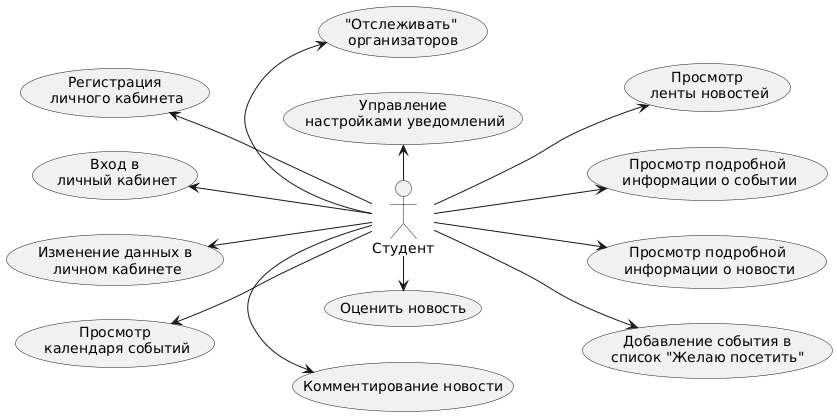
Before: diagrams/usecase_Student.png, a diagram exported from PlantUML (eatdetey/kubsuEVENTS). Its diagram source:
```plantuml
@startuml
actor "Студент" as stu
usecase "Регистрация\n личного кабинета" as reg
usecase "Вход в\n личный кабинет" as log
usecase "Изменение данных в\n личном кабинете" as edit
usecase "Просмотр\n календаря событий" as showEv
usecase "Просмотр\n ленты новостей" as showNews
usecase "Просмотр подробной\n информации о событии" as showMoreEv
usecase "Просмотр подробной\n информации о новости" as showMoreNews
usecase "Добавление события в\nсписок "Желаю посетить"" as addEv
usecase ""Отслеживать" \nорганизаторов" as follow
usecase "Управление\n настройками уведомлений" as notify
usecase "Комментирование новости" as comment
usecase "Оценить новость" as like
left to right direction
reg <-- stu
log <-- stu
edit <-- stu
showEv <-- stu
stu --> showNews
stu --> showMoreEv
stu --> showMoreNews
stu --> addEv
follow <- stu
notify <- stu
stu -> comment
stu -> like
@enduml
```
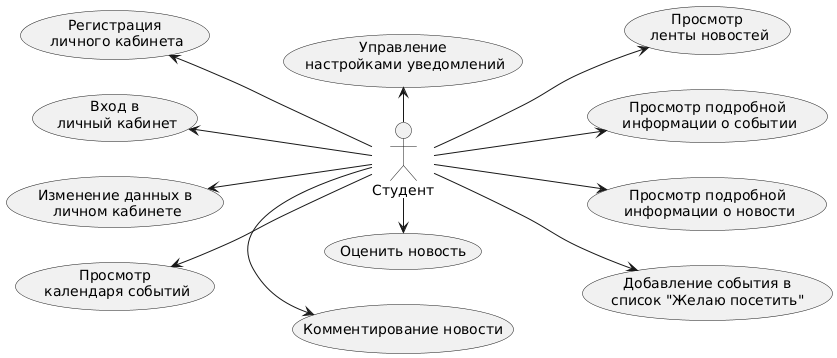
The same file after the commit.

The edit, as a diff of the source:
```diff
@@ -8,7 +8,6 @@
 usecase "Просмотр подробной\n информации о событии" as showMoreEv
 usecase "Просмотр подробной\n информации о новости" as showMoreNews
 usecase "Добавление события в\nсписок "Желаю посетить"" as addEv
-usecase ""Отслеживать" \nорганизаторов" as follow
 usecase "Управление\n настройками уведомлений" as notify
 usecase "Комментирование новости" as comment
 usecase "Оценить новость" as like
@@ -21,7 +20,6 @@
 stu --> showMoreEv
 stu --> showMoreNews
 stu --> addEv
-follow <- stu
 notify <- stu
 stu -> comment
 stu -> like
```
